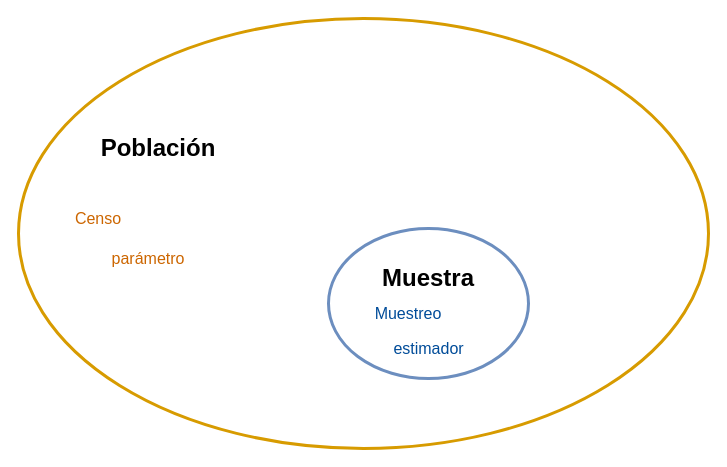
Before: img/poblacion.drawio in dgonxalex80/metodosySIM1, a draw.io diagram. Source tidied: cells renumbered, new cells numbered last; positions are measured from the earlier drawing's top-left corner, leaving out a move shared by most shapes. Both pictures are drawn from the tidied source at 100%, with x=0, y=0 at pixel (18, 18).
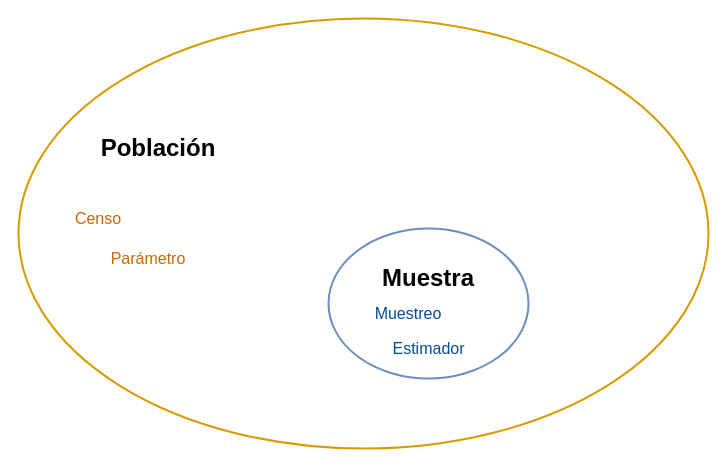
Above is the later version.

What changed in the source:
```diff
@@
 <mxGraphModel>
   <root>
     <mxCell id="0" />
     <mxCell id="1" parent="0" />
-    <mxCell id="2" style="ellipse;whiteSpace=wrap;html=1;fillColor=none;strokeColor=#d79b00;strokeWidth=3;" parent="1" vertex="1">
+    <mxCell id="2" style="ellipse;whiteSpace=wrap;html=1;fillColor=none;strokeColor=#d79b00;strokeWidth=2;fontSize=16;" parent="1" vertex="1">
       <mxGeometry width="690" height="430" as="geometry" />
     </mxCell>
-    <mxCell id="3" style="ellipse;whiteSpace=wrap;html=1;fillColor=none;strokeColor=#6c8ebf;strokeWidth=3;" parent="1" vertex="1">
+    <mxCell id="3" style="ellipse;whiteSpace=wrap;html=1;fillColor=none;strokeColor=#6c8ebf;strokeWidth=2;fontSize=16;" parent="1" vertex="1">
       <mxGeometry x="310" y="210" width="200" height="150" as="geometry" />
     </mxCell>
-    <mxCell id="4" value="&lt;b&gt;&lt;font style=&quot;font-size: 24px&quot;&gt;Población&lt;/font&gt;&lt;/b&gt;" style="rounded=0;whiteSpace=wrap;html=1;fillColor=none;strokeColor=none;" parent="1" vertex="1">
+    <mxCell id="4" value="&lt;b style=&quot;font-size: 24px;&quot;&gt;&lt;font style=&quot;font-size: 24px;&quot;&gt;Población&lt;/font&gt;&lt;/b&gt;" style="rounded=0;whiteSpace=wrap;html=1;fillColor=none;strokeColor=none;strokeWidth=2;fontSize=24;" parent="1" vertex="1">
       <mxGeometry x="80" y="100" width="120" height="60" as="geometry" />
     </mxCell>
-    <mxCell id="5" value="&lt;font size=&quot;1&quot;&gt;&lt;b style=&quot;font-size: 24px&quot;&gt;Muestra&lt;/b&gt;&lt;/font&gt;" style="rounded=0;whiteSpace=wrap;html=1;strokeColor=none;fillColor=none;" parent="1" vertex="1">
+    <mxCell id="5" value="&lt;font size=&quot;1&quot;&gt;&lt;b style=&quot;font-size: 24px&quot;&gt;Muestra&lt;/b&gt;&lt;/font&gt;" style="rounded=0;whiteSpace=wrap;html=1;strokeColor=none;fillColor=none;strokeWidth=2;fontSize=20;" parent="1" vertex="1">
       <mxGeometry x="350" y="230" width="120" height="60" as="geometry" />
     </mxCell>
-    <mxCell id="6" value="&lt;font style=&quot;font-size: 16px&quot; color=&quot;#cc6600&quot;&gt;&lt;span&gt;parámetro&lt;/span&gt;&lt;/font&gt;" style="rounded=0;whiteSpace=wrap;html=1;strokeColor=none;fillColor=none;fontStyle=0;" parent="1" vertex="1">
+    <mxCell id="6" value="&lt;font style=&quot;font-size: 16px&quot; color=&quot;#cc6600&quot;&gt;&lt;span style=&quot;font-size: 16px&quot;&gt;Parámetro&lt;/span&gt;&lt;/font&gt;" style="rounded=0;whiteSpace=wrap;html=1;strokeColor=none;fillColor=none;fontStyle=0;strokeWidth=2;fontSize=16;" parent="1" vertex="1">
       <mxGeometry x="70" y="210" width="120" height="60" as="geometry" />
     </mxCell>
-    <mxCell id="7" value="&lt;font style=&quot;font-size: 16px&quot; color=&quot;#cc6600&quot;&gt;&lt;span&gt;Censo&lt;/span&gt;&lt;/font&gt;" style="rounded=0;whiteSpace=wrap;html=1;strokeColor=none;fillColor=none;fontStyle=0;" parent="1" vertex="1">
+    <mxCell id="7" value="&lt;font style=&quot;font-size: 16px;&quot; color=&quot;#cc6600&quot;&gt;&lt;span style=&quot;font-size: 16px;&quot;&gt;Censo&lt;/span&gt;&lt;/font&gt;" style="rounded=0;whiteSpace=wrap;html=1;strokeColor=none;fillColor=none;fontStyle=0;strokeWidth=2;fontSize=16;" parent="1" vertex="1">
       <mxGeometry x="20" y="170" width="120" height="60" as="geometry" />
     </mxCell>
-    <mxCell id="8" value="&lt;font size=&quot;1&quot; color=&quot;#004c99&quot;&gt;&lt;span style=&quot;font-size: 16px&quot;&gt;Muestreo&lt;/span&gt;&lt;/font&gt;" style="rounded=0;whiteSpace=wrap;html=1;strokeColor=none;fillColor=none;fontStyle=0;" parent="1" vertex="1">
+    <mxCell id="8" value="&lt;font color=&quot;#004c99&quot; style=&quot;font-size: 16px;&quot;&gt;&lt;span style=&quot;font-size: 16px;&quot;&gt;Muestreo&lt;/span&gt;&lt;/font&gt;" style="rounded=0;whiteSpace=wrap;html=1;strokeColor=none;fillColor=none;fontStyle=0;strokeWidth=2;fontSize=16;" parent="1" vertex="1">
       <mxGeometry x="330" y="280" width="120" height="30" as="geometry" />
     </mxCell>
-    <mxCell id="9" value="&lt;font size=&quot;1&quot; color=&quot;#004c99&quot;&gt;&lt;span style=&quot;font-size: 16px&quot;&gt;estimador&lt;/span&gt;&lt;/font&gt;" style="rounded=0;whiteSpace=wrap;html=1;strokeColor=none;fillColor=none;fontStyle=0;" parent="1" vertex="1">
+    <mxCell id="9" value="&lt;font color=&quot;#004c99&quot; style=&quot;font-size: 16px&quot;&gt;&lt;span style=&quot;font-size: 16px&quot;&gt;Estimador&lt;/span&gt;&lt;/font&gt;" style="rounded=0;whiteSpace=wrap;html=1;strokeColor=none;fillColor=none;fontStyle=0;strokeWidth=2;fontSize=16;" parent="1" vertex="1">
       <mxGeometry x="363.5" y="310" width="93" height="40" as="geometry" />
     </mxCell>
   </root>
 </mxGraphModel>
```
